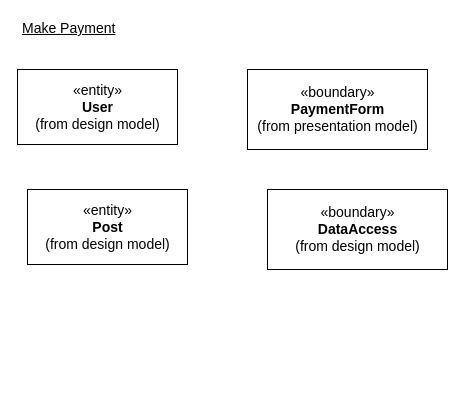
This is documents/diagrams/vopc/vopc-makePayment.drawio from sagarghimire09/blogView, a draw.io file, before an edit. Source tidied: cells renumbered, new cells numbered last; positions are measured from the earlier drawing's top-left corner, leaving out a move shared by most shapes. Both pictures are drawn from the tidied source at 100%, with x=0, y=0 at pixel (17, 17).
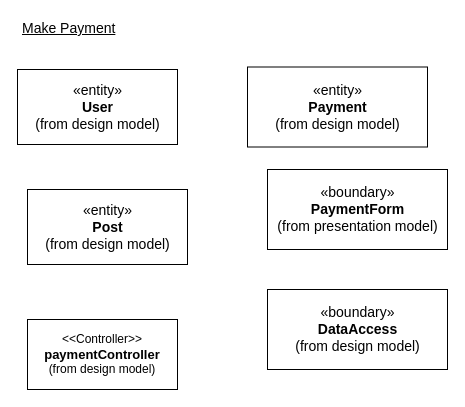
The same page after the edit.

What changed in the source:
```diff
@@
 <mxGraphModel>
   <root>
     <mxCell id="0" />
     <mxCell id="1" parent="0" />
     <mxCell id="2" value="&lt;font style=&quot;font-size: 14px&quot;&gt;«entity»&lt;br&gt;&lt;b&gt;User&lt;/b&gt;&lt;br&gt;(from design model)&lt;/font&gt;" style="html=1;" parent="1" vertex="1">
       <mxGeometry y="52" width="160" height="75" as="geometry" />
     </mxCell>
     <mxCell id="3" value="&lt;font style=&quot;font-size: 14px&quot;&gt;«boundary»&lt;br&gt;&lt;b&gt;PaymentForm&lt;/b&gt;&lt;br&gt;(from presentation model)&lt;/font&gt;" style="html=1;" parent="1" vertex="1">
-      <mxGeometry x="230" y="52" width="180" height="80" as="geometry" />
+      <mxGeometry x="250" y="152" width="180" height="80" as="geometry" />
     </mxCell>
     <mxCell id="4" value="&lt;font style=&quot;font-size: 14px&quot;&gt;«entity»&lt;br&gt;&lt;b&gt;Post&lt;/b&gt;&lt;br&gt;(from design model)&lt;/font&gt;" style="html=1;" parent="1" vertex="1">
       <mxGeometry x="10" y="172" width="160" height="75" as="geometry" />
     </mxCell>
     <mxCell id="5" value="&lt;font style=&quot;font-size: 14px&quot;&gt;«boundary»&lt;br&gt;&lt;b&gt;DataAccess&lt;/b&gt;&lt;br&gt;(from design model)&lt;/font&gt;" style="html=1;" parent="1" vertex="1">
-      <mxGeometry x="250" y="172" width="180" height="80" as="geometry" />
+      <mxGeometry x="250" y="272" width="180" height="80" as="geometry" />
     </mxCell>
     <mxCell id="6" value="&lt;font style=&quot;font-size: 14px&quot;&gt;&lt;u&gt;Make Payment&lt;/u&gt;&lt;/font&gt;" style="text;html=1;align=left;verticalAlign=top;spacingTop=-4;" parent="1" vertex="1">
       <mxGeometry x="3" width="110" height="20" as="geometry" />
     </mxCell>
+    <mxCell id="7" value="&amp;lt;&amp;lt;Controller&amp;gt;&amp;gt;&lt;br&gt;&lt;b style=&quot;font-size: 13px&quot;&gt;paymentController&lt;br&gt;&lt;/b&gt;(from design model)" style="rounded=0;whiteSpace=wrap;html=1;" parent="1" vertex="1">
+      <mxGeometry x="10" y="302" width="150" height="70" as="geometry" />
+    </mxCell>
+    <mxCell id="8" value="&lt;font style=&quot;font-size: 14px&quot;&gt;«entity»&lt;br&gt;&lt;b&gt;Payment&lt;/b&gt;&lt;br&gt;(from design model)&lt;/font&gt;" style="html=1;" parent="1" vertex="1">
+      <mxGeometry x="230" y="49.5" width="180" height="80" as="geometry" />
+    </mxCell>
   </root>
 </mxGraphModel>
```
